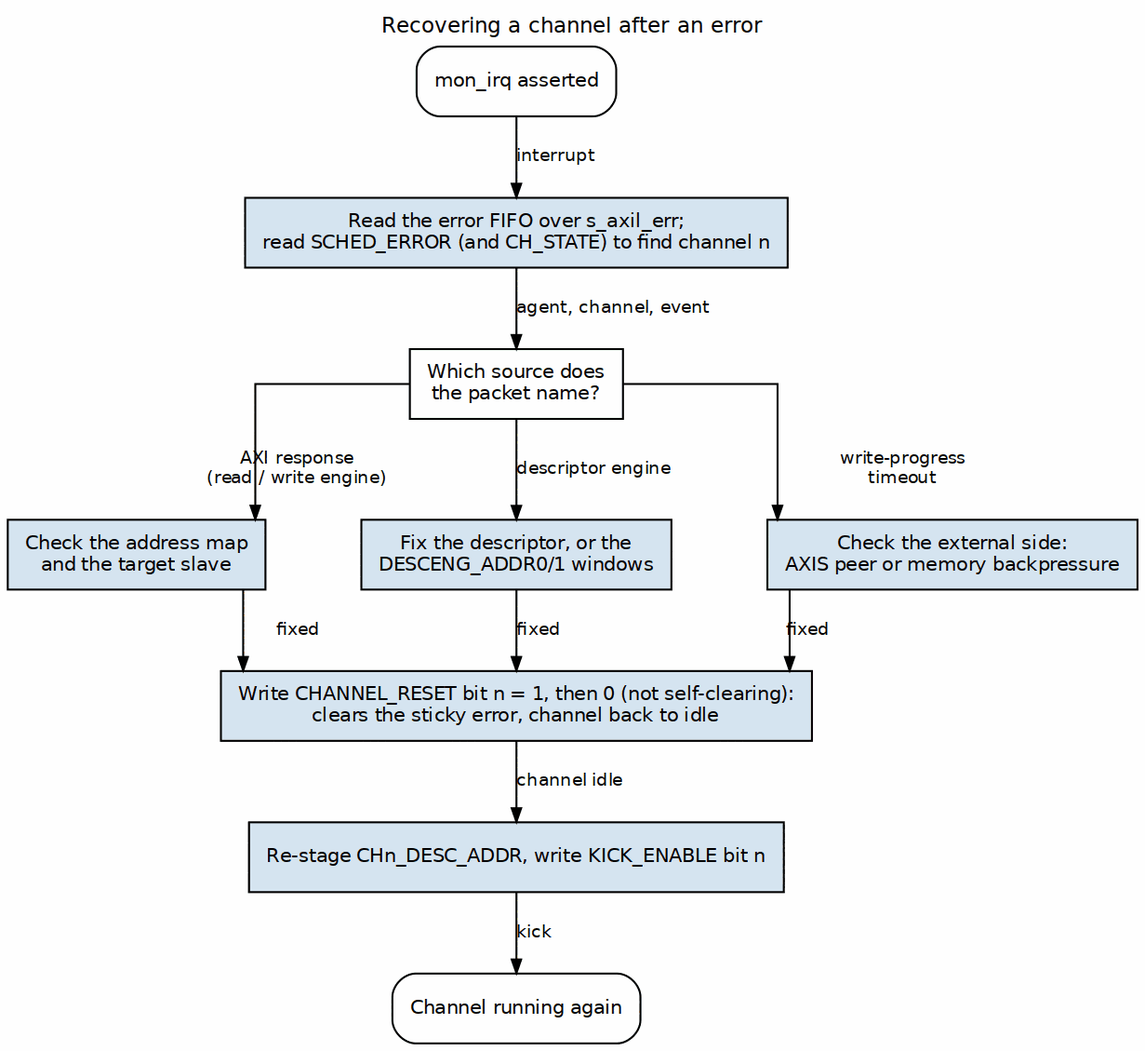
Earlier version of the Graphviz export projects/components/dma-ip/rapids/docs/rapids_beats_has/assets/graphviz/ch05_error_recovery.png (sean-galloway/RTLDesignSherpa). Its source is kept beside it as projects/components/dma-ip/rapids/docs/rapids_beats_has/assets/graphviz/ch05_error_recovery.dot.
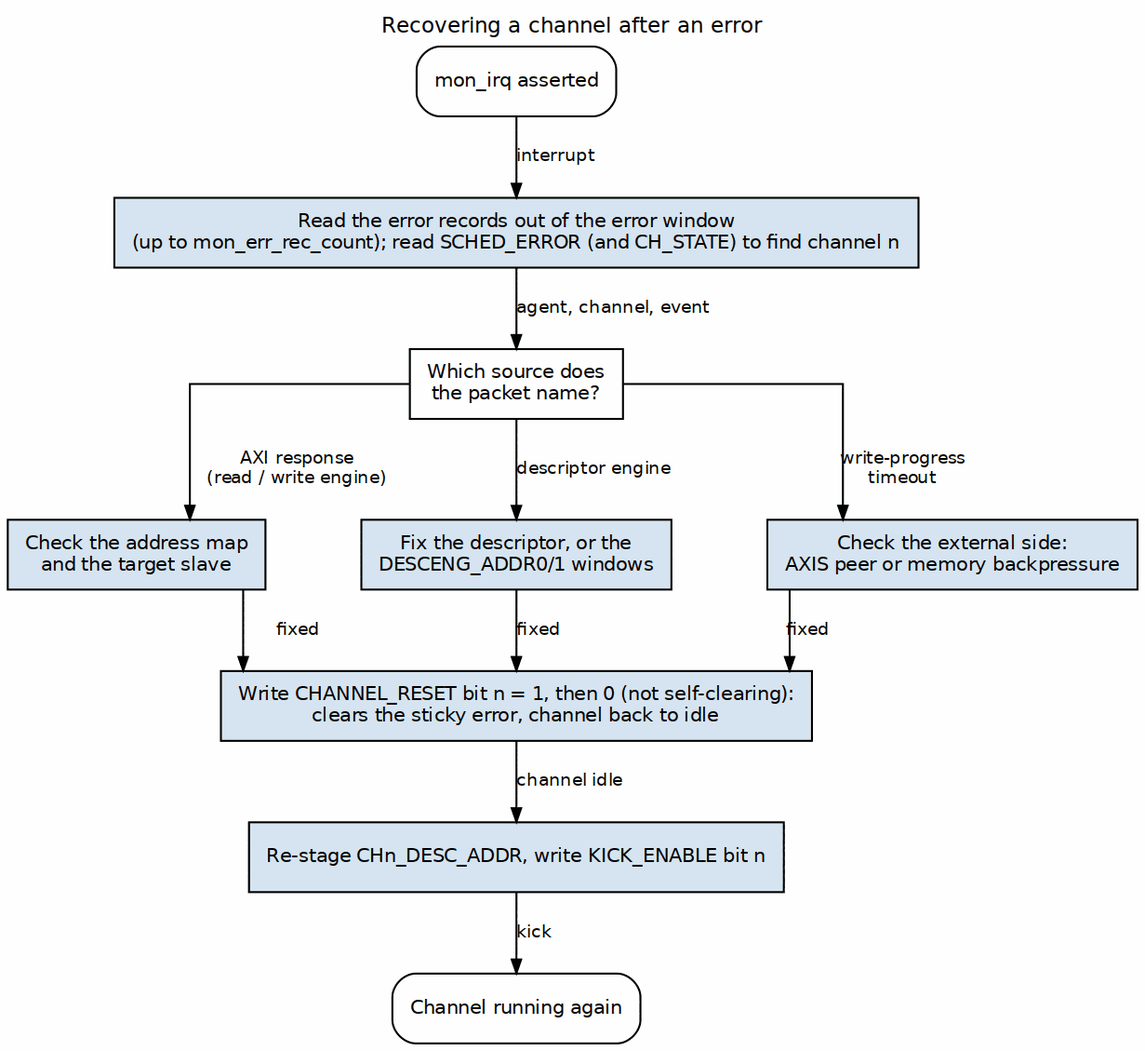
Later version of the same file.

Change to the diagram source:
```diff
@@ -7,7 +7,7 @@
     edge  [fontname="Helvetica", fontsize=9, color="black", arrowsize=0.7];
 
     irq  [label="mon_irq asserted", fillcolor="white", style="rounded,filled"];
-    rd   [label="Read the error FIFO over s_axil_err;\nread SCHED_ERROR (and CH_STATE) to find channel n"];
+    rd   [label="Read the error records out of the error window\n(up to mon_err_rec_count); read SCHED_ERROR (and CH_STATE) to find channel n"];
     q    [label="Which source does\nthe packet name?", fillcolor="white"];
     axi  [label="Check the address map\nand the target slave"];
     desc [label="Fix the descriptor, or the\nDESCENG_ADDR0/1 windows"];
```
